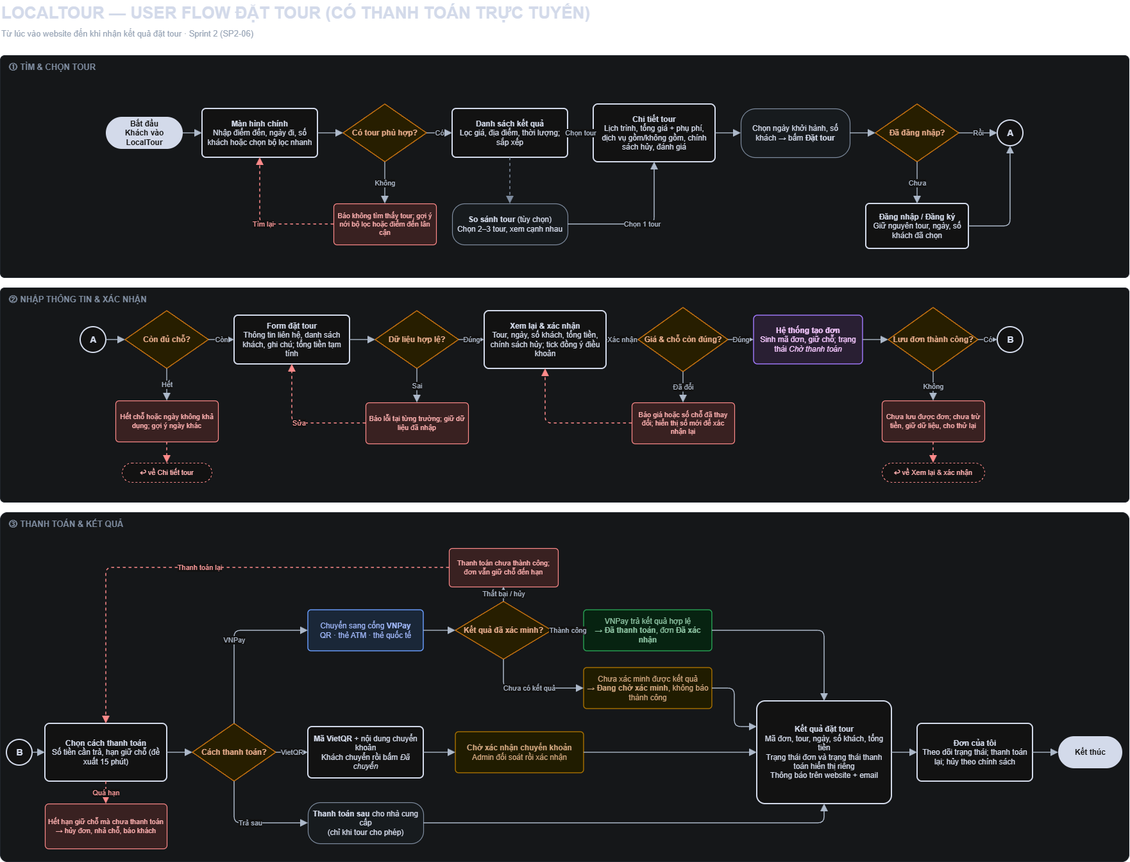
Above: docs/diagram/user-flow-dat-tour_localtour.drawio.png in kannar04/LocalTour_Project (draw.io), before the change. Source tidied: cells renumbered, new cells last; positions are measured from the earlier drawing's top-left corner, leaving out a move shared by most shapes.
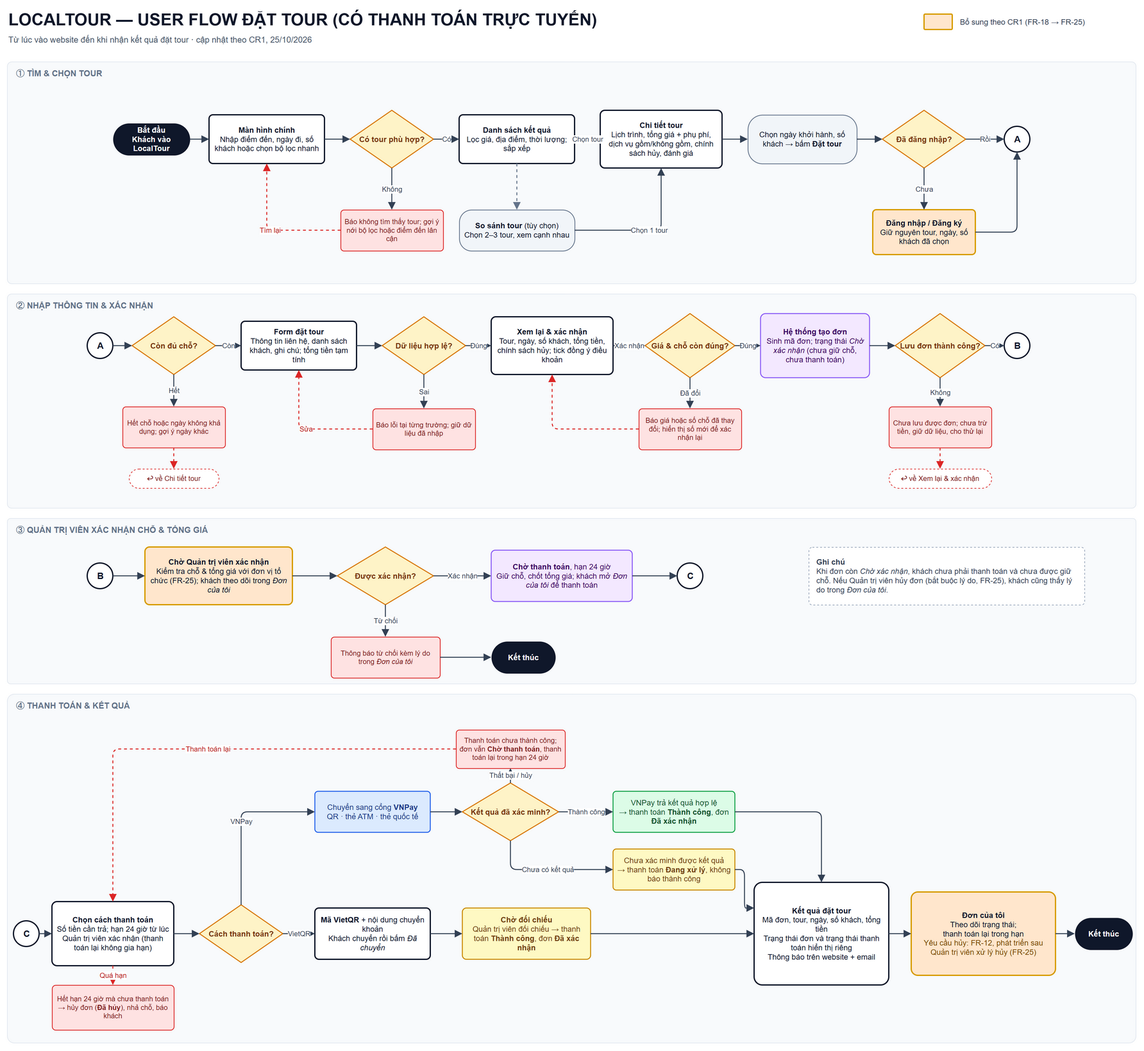
After the change.

Commit message:
Cập nhật sơ đồ use case, BPMN và user flow cho trang quản trị

The edit, as a diff of the source:
```diff
@@ -5,6 +5,6 @@
     <mxCell id="2" value="LOCALTOUR — USER FLOW ĐẶT TOUR (CÓ THANH TOÁN TRỰC TUYẾN)" style="text;html=1;align=left;verticalAlign=middle;fontSize=26;fontStyle=1;fontColor=#0f172a;" parent="1" vertex="1">
-      <mxGeometry width="1500" height="40" as="geometry" />
+      <mxGeometry width="1400" height="40" as="geometry" />
     </mxCell>
-    <mxCell id="3" value="Từ lúc vào website đến khi nhận kết quả đặt tour · Sprint 2 (SP2-06)" style="text;html=1;align=left;verticalAlign=middle;fontSize=13;fontColor=#475569;" parent="1" vertex="1">
-      <mxGeometry y="40" width="1500" height="24" as="geometry" />
+    <mxCell id="3" value="Từ lúc vào website đến khi nhận kết quả đặt tour · cập nhật theo CR1, 25/10/2026" style="text;html=1;align=left;verticalAlign=middle;fontSize=13;fontColor=#475569;" parent="1" vertex="1">
+      <mxGeometry y="40" width="1400" height="24" as="geometry" />
     </mxCell>
@@ -43,3 +43,3 @@
     </mxCell>
-    <mxCell id="15" value="&lt;b&gt;Đăng nhập / Đăng ký&lt;/b&gt;&lt;br&gt;Giữ nguyên tour, ngày, số khách đã chọn" style="rounded=1;arcSize=8;html=1;whiteSpace=wrap;fillColor=#ffffff;strokeColor=#0f172a;strokeWidth=2;fontSize=12;fontColor=#0f172a;spacing=6;" parent="1" vertex="1">
+    <mxCell id="15" value="&lt;b&gt;Đăng nhập / Đăng ký&lt;/b&gt;&lt;br&gt;Giữ nguyên tour, ngày, số khách đã chọn" style="rounded=1;arcSize=8;html=1;whiteSpace=wrap;fillColor=#ffe6cc;strokeColor=#d79b00;strokeWidth=2;fontSize=12;fontColor=#0f172a;spacing=6;" parent="1" vertex="1">
       <mxGeometry x="1350" y="317" width="160" height="70" as="geometry" />
@@ -106,4 +106,4 @@
     </mxCell>
-    <mxCell id="36" value="&lt;b&gt;Hệ thống tạo đơn&lt;/b&gt;&lt;br&gt;Sinh mã đơn, giữ chỗ; trạng thái &lt;i&gt;Chờ thanh toán&lt;/i&gt;" style="rounded=1;arcSize=8;html=1;whiteSpace=wrap;fillColor=#f3e8ff;strokeColor=#8b5cf6;strokeWidth=1.5;fontSize=12;fontColor=#3b0764;spacing=6;" parent="1" vertex="1">
-      <mxGeometry x="1175" y="491" width="170" height="76" as="geometry" />
+    <mxCell id="36" value="&lt;b&gt;Hệ thống tạo đơn&lt;/b&gt;&lt;br&gt;Sinh mã đơn; trạng thái &lt;i&gt;Chờ xác nhận&lt;/i&gt; (chưa giữ chỗ, chưa thanh toán)" style="rounded=1;arcSize=8;html=1;whiteSpace=wrap;fillColor=#f3e8ff;strokeColor=#8b5cf6;strokeWidth=1.5;fontSize=12;fontColor=#3b0764;spacing=6;" parent="1" vertex="1">
+      <mxGeometry x="1175" y="479" width="170" height="100" as="geometry" />
     </mxCell>
@@ -181,49 +181,49 @@
     </mxCell>
+    <mxCell id="95" value="③ QUẢN TRỊ VIÊN XÁC NHẬN CHỖ &amp;amp; TỔNG GIÁ" style="rounded=1;arcSize=2;html=1;whiteSpace=wrap;fillColor=#f8fafc;strokeColor=#e2e8f0;verticalAlign=top;align=left;spacingLeft=12;spacingTop=4;fontSize=13;fontStyle=1;fontColor=#64748b;" parent="1" vertex="1">
+      <mxGeometry y="798" width="1760" height="258" as="geometry" />
+    </mxCell>
-    <mxCell id="61" value="③ THANH TOÁN &amp;amp; KẾT QUẢ" style="rounded=1;arcSize=2;html=1;whiteSpace=wrap;fillColor=#f8fafc;strokeColor=#e2e8f0;verticalAlign=top;align=left;spacingLeft=12;spacingTop=4;fontSize=13;fontStyle=1;fontColor=#64748b;" parent="1" vertex="1">
-      <mxGeometry y="798" width="1760" height="544" as="geometry" />
+    <mxCell id="61" value="④ THANH TOÁN &amp;amp; KẾT QUẢ" style="rounded=1;arcSize=2;html=1;whiteSpace=wrap;fillColor=#f8fafc;strokeColor=#e2e8f0;verticalAlign=top;align=left;spacingLeft=12;spacingTop=4;fontSize=13;fontStyle=1;fontColor=#64748b;" parent="1" vertex="1">
+      <mxGeometry y="1072" width="1760" height="544" as="geometry" />
     </mxCell>
-    <mxCell id="62" value="B" style="ellipse;html=1;fillColor=#ffffff;strokeColor=#0f172a;strokeWidth=2;fontSize=14;fontStyle=1;fontColor=#0f172a;" parent="1" vertex="1">
-      <mxGeometry x="10" y="1152" width="40" height="40" as="geometry" />
+    <mxCell id="62" value="C" style="ellipse;html=1;fillColor=#ffffff;strokeColor=#0f172a;strokeWidth=2;fontSize=14;fontStyle=1;fontColor=#0f172a;" parent="1" vertex="1">
+      <mxGeometry x="10" y="1426" width="40" height="40" as="geometry" />
     </mxCell>
-    <mxCell id="63" value="&lt;b&gt;Chọn cách thanh toán&lt;/b&gt;&lt;br&gt;Số tiền cần trả, hạn giữ chỗ (đề xuất 15 phút)" style="rounded=1;arcSize=8;html=1;whiteSpace=wrap;fillColor=#ffffff;strokeColor=#0f172a;strokeWidth=2;fontSize=12;fontColor=#0f172a;spacing=6;" parent="1" vertex="1">
-      <mxGeometry x="70" y="1127" width="190" height="90" as="geometry" />
+    <mxCell id="63" value="&lt;b&gt;Chọn cách thanh toán&lt;/b&gt;&lt;br&gt;Số tiền cần trả; hạn 24 giờ từ lúc Quản trị viên xác nhận (thanh toán lại không gia hạn)" style="rounded=1;arcSize=8;html=1;whiteSpace=wrap;fillColor=#ffffff;strokeColor=#0f172a;strokeWidth=2;fontSize=12;fontColor=#0f172a;spacing=6;" parent="1" vertex="1">
+      <mxGeometry x="70" y="1396" width="190" height="100" as="geometry" />
     </mxCell>
     <mxCell id="64" value="Cách thanh toán?" style="rhombus;html=1;whiteSpace=wrap;fillColor=#fef3c7;strokeColor=#d97706;strokeWidth=1.5;fontSize=12;fontStyle=1;fontColor=#78350f;spacing=4;" parent="1" vertex="1">
-      <mxGeometry x="300" y="1127" width="130" height="90" as="geometry" />
+      <mxGeometry x="300" y="1401" width="130" height="90" as="geometry" />
     </mxCell>
     <mxCell id="65" value="Chuyển sang cổng &lt;b&gt;VNPay&lt;/b&gt;&lt;br&gt;QR · thẻ ATM · thẻ quốc tế" style="rounded=1;arcSize=8;html=1;whiteSpace=wrap;fillColor=#dbeafe;strokeColor=#2563eb;strokeWidth=1.5;fontSize=12;fontColor=#1e3a8a;spacing=6;" parent="1" vertex="1">
-      <mxGeometry x="480" y="950" width="180" height="64" as="geometry" />
+      <mxGeometry x="480" y="1224" width="180" height="64" as="geometry" />
     </mxCell>
     <mxCell id="66" value="Kết quả đã xác minh?" style="rhombus;html=1;whiteSpace=wrap;fillColor=#fef3c7;strokeColor=#d97706;strokeWidth=1.5;fontSize=12;fontStyle=1;fontColor=#78350f;spacing=4;" parent="1" vertex="1">
-      <mxGeometry x="710" y="937" width="150" height="90" as="geometry" />
+      <mxGeometry x="710" y="1211" width="150" height="90" as="geometry" />
     </mxCell>
-    <mxCell id="67" value="VNPay trả kết quả hợp lệ&lt;br&gt;→ &lt;b&gt;Đã thanh toán&lt;/b&gt;, đơn &lt;b&gt;Đã xác nhận&lt;/b&gt;" style="rounded=1;arcSize=8;html=1;whiteSpace=wrap;fillColor=#dcfce7;strokeColor=#16a34a;strokeWidth=1.5;fontSize=12;fontColor=#14532d;spacing=6;" parent="1" vertex="1">
-      <mxGeometry x="910" y="950" width="200" height="64" as="geometry" />
+    <mxCell id="67" value="VNPay trả kết quả hợp lệ&lt;br&gt;→ thanh toán &lt;b&gt;Thành công&lt;/b&gt;, đơn &lt;b&gt;Đã xác nhận&lt;/b&gt;" style="rounded=1;arcSize=8;html=1;whiteSpace=wrap;fillColor=#dcfce7;strokeColor=#16a34a;strokeWidth=1.5;fontSize=12;fontColor=#14532d;spacing=6;" parent="1" vertex="1">
+      <mxGeometry x="945" y="1224" width="190" height="64" as="geometry" />
     </mxCell>
-    <mxCell id="68" value="Thanh toán chưa thành công; đơn vẫn giữ chỗ đến hạn" style="rounded=1;arcSize=8;html=1;whiteSpace=wrap;fillColor=#fee2e2;strokeColor=#dc2626;strokeWidth=1.2;fontSize=11;fontColor=#7f1d1d;spacing=6;" parent="1" vertex="1">
-      <mxGeometry x="700" y="854" width="170" height="60" as="geometry" />
+    <mxCell id="68" value="Thanh toán chưa thành công; đơn vẫn &lt;b&gt;Chờ thanh toán&lt;/b&gt;, thanh toán lại trong hạn 24 giờ" style="rounded=1;arcSize=8;html=1;whiteSpace=wrap;fillColor=#fee2e2;strokeColor=#dc2626;strokeWidth=1.2;fontSize=11;fontColor=#7f1d1d;spacing=6;" parent="1" vertex="1">
+      <mxGeometry x="700" y="1128" width="170" height="60" as="geometry" />
     </mxCell>
-    <mxCell id="69" value="Chưa xác minh được kết quả&lt;br&gt;→ &lt;b&gt;Đang chờ xác minh&lt;/b&gt;, không báo thành công" style="rounded=1;arcSize=8;html=1;whiteSpace=wrap;fillColor=#fef9c3;strokeColor=#ca8a04;strokeWidth=1.5;fontSize=12;fontColor=#713f12;spacing=6;" parent="1" vertex="1">
-      <mxGeometry x="910" y="1040" width="200" height="64" as="geometry" />
+    <mxCell id="69" value="Chưa xác minh được kết quả&lt;br&gt;→ thanh toán &lt;b&gt;Đang xử lý&lt;/b&gt;, không báo thành công" style="rounded=1;arcSize=8;html=1;whiteSpace=wrap;fillColor=#fef9c3;strokeColor=#ca8a04;strokeWidth=1.5;fontSize=12;fontColor=#713f12;spacing=6;" parent="1" vertex="1">
+      <mxGeometry x="945" y="1314" width="190" height="64" as="geometry" />
     </mxCell>
     <mxCell id="70" value="&lt;b&gt;Mã VietQR&lt;/b&gt; + nội dung chuyển khoản&lt;br&gt;Khách chuyển rồi bấm &lt;i&gt;Đã chuyển&lt;/i&gt;" style="rounded=1;arcSize=8;html=1;whiteSpace=wrap;fillColor=#ffffff;strokeColor=#0f172a;strokeWidth=2;fontSize=12;fontColor=#0f172a;spacing=6;" parent="1" vertex="1">
-      <mxGeometry x="480" y="1132" width="180" height="80" as="geometry" />
+      <mxGeometry x="480" y="1406" width="180" height="80" as="geometry" />
     </mxCell>
-    <mxCell id="71" value="&lt;b&gt;Chờ xác nhận chuyển khoản&lt;/b&gt;&lt;br&gt;Admin đối soát rồi xác nhận" style="rounded=1;arcSize=8;html=1;whiteSpace=wrap;fillColor=#fef9c3;strokeColor=#ca8a04;strokeWidth=1.5;fontSize=12;fontColor=#713f12;spacing=6;" parent="1" vertex="1">
-      <mxGeometry x="710" y="1140" width="200" height="64" as="geometry" />
+    <mxCell id="71" value="&lt;b&gt;Chờ đối chiếu&lt;/b&gt;&lt;br&gt;Quản trị viên đối chiếu → thanh toán &lt;b&gt;Thành công&lt;/b&gt;, đơn &lt;b&gt;Đã xác nhận&lt;/b&gt;" style="rounded=1;arcSize=8;html=1;whiteSpace=wrap;fillColor=#fef9c3;strokeColor=#ca8a04;strokeWidth=1.5;fontSize=12;fontColor=#713f12;spacing=6;" parent="1" vertex="1">
+      <mxGeometry x="710" y="1406" width="200" height="80" as="geometry" />
     </mxCell>
-    <mxCell id="72" value="&lt;b&gt;Thanh toán sau&lt;/b&gt; cho nhà cung cấp&lt;br&gt;(chỉ khi tour cho phép)" style="rounded=1;arcSize=30;html=1;whiteSpace=wrap;fillColor=#f1f5f9;strokeColor=#64748b;strokeWidth=1.2;fontSize=12;fontColor=#0f172a;spacing=6;" parent="1" vertex="1">
-      <mxGeometry x="480" y="1250" width="180" height="64" as="geometry" />
-    </mxCell>
-    <mxCell id="73" value="Hết hạn giữ chỗ mà chưa thanh toán → hủy đơn, nhả chỗ, báo khách" style="rounded=1;arcSize=8;html=1;whiteSpace=wrap;fillColor=#fee2e2;strokeColor=#dc2626;strokeWidth=1.2;fontSize=11;fontColor=#7f1d1d;spacing=6;" parent="1" vertex="1">
-      <mxGeometry x="70" y="1252" width="190" height="70" as="geometry" />
+    <mxCell id="73" value="Hết hạn 24 giờ mà chưa thanh toán → hủy đơn (&lt;b&gt;Đã hủy&lt;/b&gt;), nhả chỗ, báo khách" style="rounded=1;arcSize=8;html=1;whiteSpace=wrap;fillColor=#fee2e2;strokeColor=#dc2626;strokeWidth=1.2;fontSize=11;fontColor=#7f1d1d;spacing=6;" parent="1" vertex="1">
+      <mxGeometry x="70" y="1526" width="190" height="70" as="geometry" />
     </mxCell>
     <mxCell id="74" value="&lt;b&gt;Kết quả đặt tour&lt;/b&gt;&lt;br&gt;Mã đơn, tour, ngày, số khách, tổng tiền&lt;br&gt;Trạng thái đơn và trạng thái thanh toán hiển thị riêng&lt;br&gt;Thông báo trên website + email" style="rounded=1;arcSize=8;html=1;whiteSpace=wrap;fillColor=#ffffff;strokeColor=#0f172a;strokeWidth=2;fontSize=12;fontColor=#0f172a;spacing=6;" parent="1" vertex="1">
-      <mxGeometry x="1180" y="1092" width="210" height="160" as="geometry" />
+      <mxGeometry x="1165" y="1366" width="210" height="160" as="geometry" />
     </mxCell>
-    <mxCell id="75" value="&lt;b&gt;Đơn của tôi&lt;/b&gt;&lt;br&gt;Theo dõi trạng thái; thanh toán lại; hủy theo chính sách" style="rounded=1;arcSize=8;html=1;whiteSpace=wrap;fillColor=#ffffff;strokeColor=#0f172a;strokeWidth=2;fontSize=12;fontColor=#0f172a;spacing=6;" parent="1" vertex="1">
-      <mxGeometry x="1430" y="1127" width="180" height="90" as="geometry" />
+    <mxCell id="75" value="&lt;b&gt;Đơn của tôi&lt;/b&gt;&lt;br&gt;Theo dõi trạng thái;&lt;br&gt;thanh toán lại trong hạn&lt;br&gt;&lt;span style=&quot;color:#7c4a03&quot;&gt;Yêu cầu hủy: &lt;span style=&quot;white-space:nowrap&quot;&gt;FR-12&lt;/span&gt;, phát triển sau&lt;/span&gt;&lt;br&gt;&lt;span style=&quot;color:#7c4a03&quot;&gt;Quản trị viên xử lý hủy &lt;span style=&quot;white-space:nowrap&quot;&gt;(FR-25)&lt;/span&gt;&lt;/span&gt;" style="rounded=1;arcSize=8;html=1;whiteSpace=wrap;fillColor=#ffe6cc;strokeColor=#d79b00;strokeWidth=2;fontSize=12;fontColor=#0f172a;spacing=6;" parent="1" vertex="1">
+      <mxGeometry x="1410" y="1381" width="225" height="130" as="geometry" />
     </mxCell>
     <mxCell id="76" value="Kết thúc" style="rounded=1;arcSize=50;html=1;whiteSpace=wrap;fillColor=#0f172a;strokeColor=none;fontColor=#ffffff;fontSize=12;fontStyle=1;" parent="1" vertex="1">
-      <mxGeometry x="1650" y="1147" width="100" height="50" as="geometry" />
+      <mxGeometry x="1665" y="1421" width="90" height="50" as="geometry" />
     </mxCell>
@@ -244,5 +244,2 @@
     </mxCell>
-    <mxCell id="82" value="Trả sau" style="edgeStyle=orthogonalEdgeStyle;rounded=1;html=1;endArrow=block;endFill=1;endSize=8;strokeColor=#334155;strokeWidth=1.5;fontSize=11;fontColor=#334155;labelBackgroundColor=#ffffff;exitX=0.5;exitY=1;exitDx=0;exitDy=0;entryX=0;entryY=0.5;entryDx=0;entryDy=0;" parent="1" edge="1" source="64" target="72">
-      <mxGeometry relative="1" as="geometry" />
-    </mxCell>
     <mxCell id="83" style="edgeStyle=orthogonalEdgeStyle;rounded=1;html=1;endArrow=block;endFill=1;endSize=8;strokeColor=#334155;strokeWidth=1.5;fontSize=11;fontColor=#334155;labelBackgroundColor=#ffffff;" parent="1" edge="1" source="65" target="66">
@@ -274,5 +271,2 @@
     </mxCell>
-    <mxCell id="92" style="edgeStyle=orthogonalEdgeStyle;rounded=1;html=1;endArrow=block;endFill=1;endSize=8;strokeColor=#334155;strokeWidth=1.5;fontSize=11;fontColor=#334155;labelBackgroundColor=#ffffff;exitX=1;exitY=0.5;exitDx=0;exitDy=0;entryX=0.5;entryY=1;entryDx=0;entryDy=0;" parent="1" edge="1" source="72" target="74">
-      <mxGeometry relative="1" as="geometry" />
-    </mxCell>
     <mxCell id="93" style="edgeStyle=orthogonalEdgeStyle;rounded=1;html=1;endArrow=block;endFill=1;endSize=8;strokeColor=#334155;strokeWidth=1.5;fontSize=11;fontColor=#334155;labelBackgroundColor=#ffffff;" parent="1" edge="1" source="74" target="75">
@@ -283,2 +277,50 @@
     </mxCell>
+    <mxCell id="96" value="B" style="ellipse;html=1;fillColor=#ffffff;strokeColor=#0f172a;strokeWidth=2;fontSize=14;fontStyle=1;fontColor=#0f172a;" parent="1" vertex="1">
+      <mxGeometry x="125" y="868" width="40" height="40" as="geometry" />
+    </mxCell>
+    <mxCell id="97" value="&lt;b&gt;Chờ Quản trị viên xác nhận&lt;/b&gt;&lt;br&gt;Kiểm tra chỗ &amp;amp; tổng giá với đơn vị tổ chức (FR-25); khách theo dõi trong &lt;i&gt;Đơn của tôi&lt;/i&gt;" style="rounded=1;arcSize=8;html=1;whiteSpace=wrap;fillColor=#ffe6cc;strokeColor=#d79b00;strokeWidth=2;fontSize=12;fontColor=#0f172a;spacing=6;" parent="1" vertex="1">
+      <mxGeometry x="215" y="843" width="230" height="90" as="geometry" />
+    </mxCell>
+    <mxCell id="98" value="Được xác nhận?" style="rhombus;html=1;whiteSpace=wrap;fillColor=#fef3c7;strokeColor=#d97706;strokeWidth=1.5;fontSize=12;fontStyle=1;fontColor=#78350f;spacing=4;" parent="1" vertex="1">
+      <mxGeometry x="515" y="843" width="150" height="90" as="geometry" />
+    </mxCell>
+    <mxCell id="99" value="&lt;b&gt;Chờ thanh toán&lt;/b&gt;, hạn 24 giờ&lt;br&gt;Giữ chỗ, chốt tổng giá; khách mở &lt;i&gt;Đơn của tôi&lt;/i&gt; để thanh toán" style="rounded=1;arcSize=8;html=1;whiteSpace=wrap;fillColor=#f3e8ff;strokeColor=#8b5cf6;strokeWidth=1.5;fontSize=12;fontColor=#3b0764;spacing=6;" parent="1" vertex="1">
+      <mxGeometry x="755" y="848" width="220" height="80" as="geometry" />
+    </mxCell>
+    <mxCell id="100" value="C" style="ellipse;html=1;fillColor=#ffffff;strokeColor=#0f172a;strokeWidth=2;fontSize=14;fontStyle=1;fontColor=#0f172a;" parent="1" vertex="1">
+      <mxGeometry x="1045" y="868" width="40" height="40" as="geometry" />
+    </mxCell>
+    <mxCell id="101" value="Thông báo từ chối kèm lý do trong &lt;i&gt;Đơn của tôi&lt;/i&gt;" style="rounded=1;arcSize=8;html=1;whiteSpace=wrap;fillColor=#fee2e2;strokeColor=#dc2626;strokeWidth=1.2;fontSize=11;fontColor=#7f1d1d;spacing=6;" parent="1" vertex="1">
+      <mxGeometry x="505" y="983" width="170" height="64" as="geometry" />
+    </mxCell>
+    <mxCell id="102" value="Kết thúc" style="rounded=1;arcSize=50;html=1;whiteSpace=wrap;fillColor=#0f172a;strokeColor=none;fontColor=#ffffff;fontSize=12;fontStyle=1;" parent="1" vertex="1">
+      <mxGeometry x="755" y="990" width="100" height="50" as="geometry" />
+    </mxCell>
+    <mxCell id="103" value="&lt;b&gt;Ghi chú&lt;/b&gt;&lt;br&gt;Khi đơn còn &lt;i&gt;Chờ xác nhận&lt;/i&gt;, khách chưa phải thanh toán và chưa được giữ chỗ. Nếu Quản trị viên hủy đơn (bắt buộc lý do, FR-25), khách cũng thấy lý do trong &lt;i&gt;Đơn của tôi&lt;/i&gt;." style="rounded=1;arcSize=6;html=1;whiteSpace=wrap;fillColor=#ffffff;strokeColor=#94a3b8;dashed=1;align=left;verticalAlign=middle;spacingLeft=10;spacingRight=8;fontSize=12;fontColor=#334155;" parent="1" vertex="1">
+      <mxGeometry x="1250" y="843" width="430" height="90" as="geometry" />
+    </mxCell>
+    <mxCell id="104" style="edgeStyle=orthogonalEdgeStyle;rounded=1;html=1;endArrow=block;endFill=1;endSize=8;strokeColor=#334155;strokeWidth=1.5;fontSize=11;fontColor=#334155;labelBackgroundColor=#ffffff;" parent="1" edge="1" source="96" target="97">
+      <mxGeometry relative="1" as="geometry" />
+    </mxCell>
+    <mxCell id="105" style="edgeStyle=orthogonalEdgeStyle;rounded=1;html=1;endArrow=block;endFill=1;endSize=8;strokeColor=#334155;strokeWidth=1.5;fontSize=11;fontColor=#334155;labelBackgroundColor=#ffffff;" parent="1" edge="1" source="97" target="98">
+      <mxGeometry relative="1" as="geometry" />
+    </mxCell>
+    <mxCell id="106" value="Xác nhận" style="edgeStyle=orthogonalEdgeStyle;rounded=1;html=1;endArrow=block;endFill=1;endSize=8;strokeColor=#334155;strokeWidth=1.5;fontSize=11;fontColor=#334155;labelBackgroundColor=#ffffff;" parent="1" edge="1" source="98" target="99">
+      <mxGeometry relative="1" as="geometry" />
+    </mxCell>
+    <mxCell id="107" value="Từ chối" style="edgeStyle=orthogonalEdgeStyle;rounded=1;html=1;endArrow=block;endFill=1;endSize=8;strokeColor=#334155;strokeWidth=1.5;fontSize=11;fontColor=#334155;labelBackgroundColor=#ffffff;exitX=0.5;exitY=1;exitDx=0;exitDy=0;entryX=0.5;entryY=0;entryDx=0;entryDy=0;" parent="1" edge="1" source="98" target="101">
+      <mxGeometry relative="1" as="geometry" />
+    </mxCell>
+    <mxCell id="108" style="edgeStyle=orthogonalEdgeStyle;rounded=1;html=1;endArrow=block;endFill=1;endSize=8;strokeColor=#334155;strokeWidth=1.5;fontSize=11;fontColor=#334155;labelBackgroundColor=#ffffff;" parent="1" edge="1" source="101" target="102">
+      <mxGeometry relative="1" as="geometry" />
+    </mxCell>
+    <mxCell id="109" style="edgeStyle=orthogonalEdgeStyle;rounded=1;html=1;endArrow=block;endFill=1;endSize=8;strokeColor=#334155;strokeWidth=1.5;fontSize=11;fontColor=#334155;labelBackgroundColor=#ffffff;" parent="1" edge="1" source="99" target="100">
+      <mxGeometry relative="1" as="geometry" />
+    </mxCell>
+    <mxCell id="110" style="rounded=1;arcSize=8;html=1;whiteSpace=wrap;fillColor=#ffe6cc;strokeColor=#d79b00;strokeWidth=2;fontSize=12;fontColor=#0f172a;spacing=6;" parent="1" vertex="1">
+      <mxGeometry x="1430" y="12" width="44" height="24" as="geometry" />
+    </mxCell>
+    <mxCell id="111" value="Bổ sung theo CR1 (FR-18 → FR-25)" style="text;html=1;align=left;verticalAlign=middle;whiteSpace=wrap;fontSize=12;fontColor=#334155;" parent="1" vertex="1">
+      <mxGeometry x="1484" y="9" width="270" height="30" as="geometry" />
+    </mxCell>
   </root>
```
